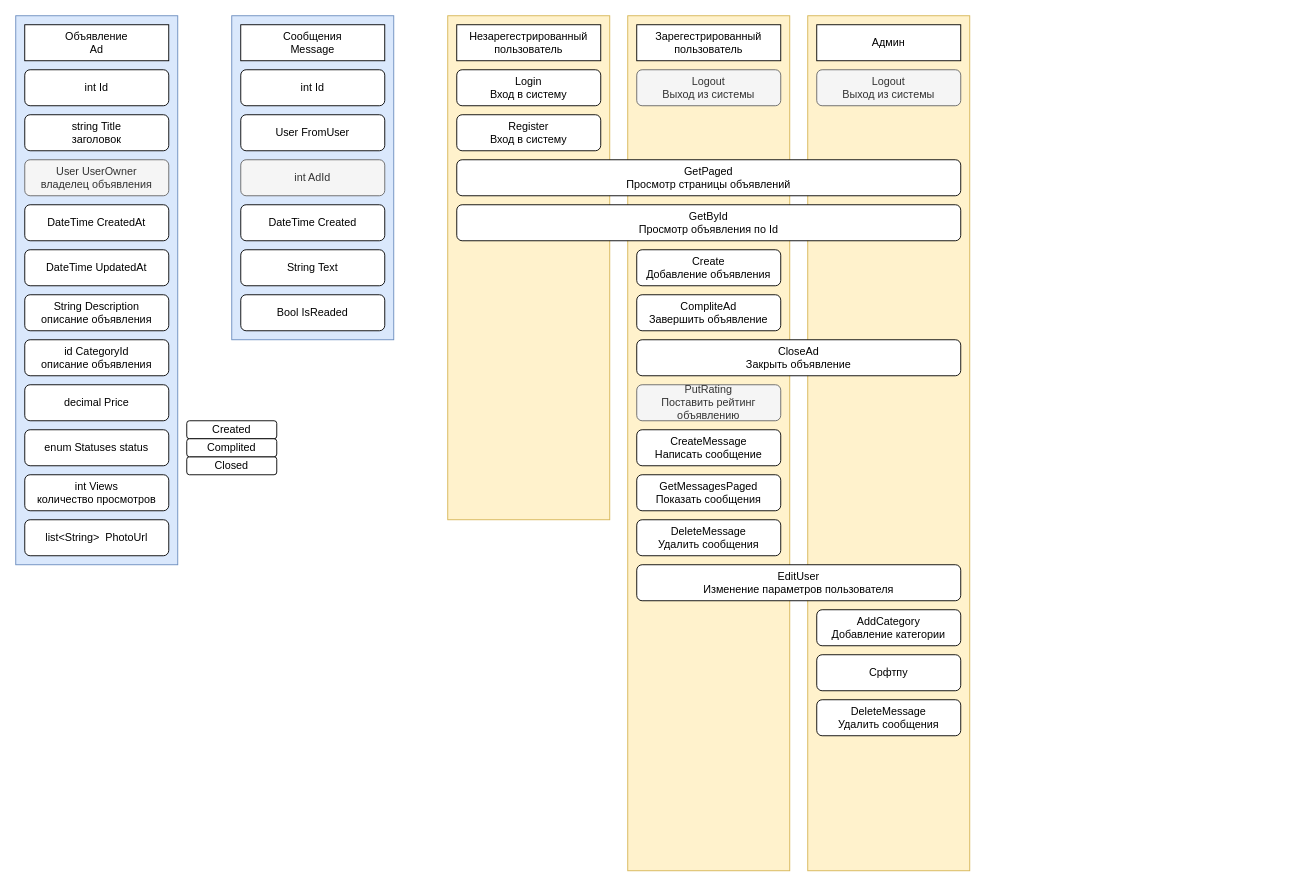
The draw.io diagram Copy of 1.drawio in Skribach/SolarLabProj, before the edit. Source tidied: cells renumbered, new cells numbered last; positions are measured from the earlier drawing's top-left corner, leaving out a move shared by most shapes. Both pictures are drawn from the tidied source at 90%, with x=0, y=0 at pixel (15, 15).
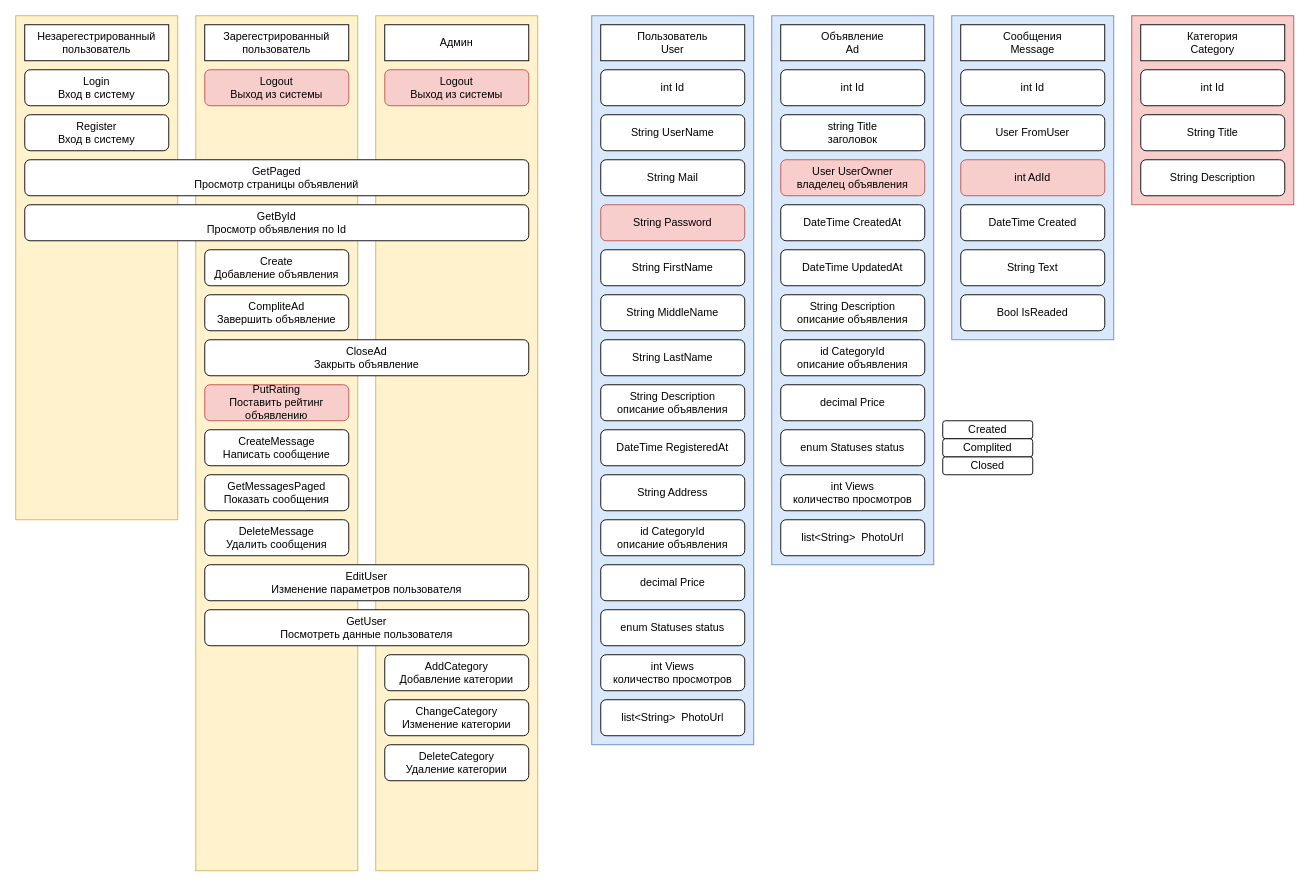
The same page after the edit.

Change to the diagram source:
```diff
@@
     <mxCell id="2" style="rounded=0;whiteSpace=wrap;html=1;fillColor=#fff2cc;strokeColor=#d6b656;" parent="1" vertex="1">
-      <mxGeometry x="880" width="180" height="950" as="geometry" />
+      <mxGeometry x="400" width="180" height="950" as="geometry" />
     </mxCell>
     <mxCell id="3" value="Админ" style="rounded=0;whiteSpace=wrap;html=1;" parent="1" vertex="1">
-      <mxGeometry x="890" y="10" width="160" height="40" as="geometry" />
+      <mxGeometry x="410" y="10" width="160" height="40" as="geometry" />
     </mxCell>
     <mxCell id="4" style="rounded=0;whiteSpace=wrap;html=1;fillColor=#fff2cc;strokeColor=#d6b656;" parent="1" vertex="1">
-      <mxGeometry x="680" width="180" height="950" as="geometry" />
+      <mxGeometry x="200" width="180" height="950" as="geometry" />
     </mxCell>
     <mxCell id="5" value="Зарегестрированный пользователь" style="rounded=0;whiteSpace=wrap;html=1;" parent="1" vertex="1">
-      <mxGeometry x="690" y="10" width="160" height="40" as="geometry" />
+      <mxGeometry x="210" y="10" width="160" height="40" as="geometry" />
     </mxCell>
     <mxCell id="6" style="rounded=0;whiteSpace=wrap;html=1;fillColor=#dae8fc;strokeColor=#6c8ebf;" parent="1" vertex="1">
-      <mxGeometry width="180" height="610" as="geometry" />
+      <mxGeometry x="840" width="180" height="610" as="geometry" />
     </mxCell>
     <mxCell id="7" value="Объявление&lt;br&gt;Ad" style="rounded=0;whiteSpace=wrap;html=1;" parent="1" vertex="1">
-      <mxGeometry x="10" y="10" width="160" height="40" as="geometry" />
+      <mxGeometry x="850" y="10" width="160" height="40" as="geometry" />
     </mxCell>
     <mxCell id="8" value="int Id" style="rounded=1;whiteSpace=wrap;html=1;" parent="1" vertex="1">
-      <mxGeometry x="10" y="60" width="160" height="40" as="geometry" />
+      <mxGeometry x="850" y="60" width="160" height="40" as="geometry" />
     </mxCell>
     <mxCell id="9" value="string Title&lt;br&gt;заголовок" style="rounded=1;whiteSpace=wrap;html=1;" parent="1" vertex="1">
-      <mxGeometry x="10" y="110" width="160" height="40" as="geometry" />
+      <mxGeometry x="850" y="110" width="160" height="40" as="geometry" />
     </mxCell>
-    <mxCell id="10" value="User UserOwner&lt;br&gt;владелец объявления" style="rounded=1;whiteSpace=wrap;html=1;fillColor=#f5f5f5;strokeColor=#666666;fontColor=#333333;" parent="1" vertex="1">
-      <mxGeometry x="10" y="160" width="160" height="40" as="geometry" />
+    <mxCell id="10" value="User UserOwner&lt;br&gt;владелец объявления" style="rounded=1;whiteSpace=wrap;html=1;fillColor=#f8cecc;strokeColor=#b85450;" parent="1" vertex="1">
+      <mxGeometry x="850" y="160" width="160" height="40" as="geometry" />
     </mxCell>
     <mxCell id="11" value="DateTime CreatedAt" style="rounded=1;whiteSpace=wrap;html=1;" parent="1" vertex="1">
-      <mxGeometry x="10" y="210" width="160" height="40" as="geometry" />
+      <mxGeometry x="850" y="210" width="160" height="40" as="geometry" />
     </mxCell>
     <mxCell id="12" value="DateTime UpdatedAt" style="rounded=1;whiteSpace=wrap;html=1;" parent="1" vertex="1">
-      <mxGeometry x="10" y="260" width="160" height="40" as="geometry" />
+      <mxGeometry x="850" y="260" width="160" height="40" as="geometry" />
     </mxCell>
     <mxCell id="13" value="String Description&lt;br&gt;описание объявления" style="rounded=1;whiteSpace=wrap;html=1;" parent="1" vertex="1">
-      <mxGeometry x="10" y="310" width="160" height="40" as="geometry" />
+      <mxGeometry x="850" y="310" width="160" height="40" as="geometry" />
     </mxCell>
     <mxCell id="14" value="id CategoryId&lt;br&gt;описание объявления" style="rounded=1;whiteSpace=wrap;html=1;" parent="1" vertex="1">
-      <mxGeometry x="10" y="360" width="160" height="40" as="geometry" />
+      <mxGeometry x="850" y="360" width="160" height="40" as="geometry" />
     </mxCell>
     <mxCell id="15" value="decimal Price" style="rounded=1;whiteSpace=wrap;html=1;" parent="1" vertex="1">
-      <mxGeometry x="10" y="410" width="160" height="40" as="geometry" />
+      <mxGeometry x="850" y="410" width="160" height="40" as="geometry" />
     </mxCell>
     <mxCell id="16" value="enum Statuses status" style="rounded=1;whiteSpace=wrap;html=1;" parent="1" vertex="1">
-      <mxGeometry x="10" y="460" width="160" height="40" as="geometry" />
+      <mxGeometry x="850" y="460" width="160" height="40" as="geometry" />
     </mxCell>
     <mxCell id="17" value="int Views&lt;br&gt;количество просмотров" style="rounded=1;whiteSpace=wrap;html=1;" parent="1" vertex="1">
-      <mxGeometry x="10" y="510" width="160" height="40" as="geometry" />
+      <mxGeometry x="850" y="510" width="160" height="40" as="geometry" />
     </mxCell>
     <mxCell id="18" value="list&amp;lt;String&amp;gt;&amp;nbsp; PhotoUrl" style="rounded=1;whiteSpace=wrap;html=1;" parent="1" vertex="1">
-      <mxGeometry x="10" y="560" width="160" height="40" as="geometry" />
+      <mxGeometry x="850" y="560" width="160" height="40" as="geometry" />
     </mxCell>
     <mxCell id="19" value="Created" style="rounded=1;whiteSpace=wrap;html=1;" parent="1" vertex="1">
-      <mxGeometry x="190" y="450" width="100" height="20" as="geometry" />
+      <mxGeometry x="1030" y="450" width="100" height="20" as="geometry" />
     </mxCell>
     <mxCell id="20" value="Closed" style="rounded=1;whiteSpace=wrap;html=1;" parent="1" vertex="1">
-      <mxGeometry x="190" y="490" width="100" height="20" as="geometry" />
+      <mxGeometry x="1030" y="490" width="100" height="20" as="geometry" />
     </mxCell>
     <mxCell id="21" value="Complited" style="rounded=1;whiteSpace=wrap;html=1;" parent="1" vertex="1">
-      <mxGeometry x="190" y="470" width="100" height="20" as="geometry" />
+      <mxGeometry x="1030" y="470" width="100" height="20" as="geometry" />
     </mxCell>
     <mxCell id="22" style="rounded=0;whiteSpace=wrap;html=1;fillColor=#dae8fc;strokeColor=#6c8ebf;" parent="1" vertex="1">
-      <mxGeometry x="240" width="180" height="360" as="geometry" />
+      <mxGeometry x="1040" width="180" height="360" as="geometry" />
     </mxCell>
     <mxCell id="23" value="Сообщения&lt;br&gt;Message" style="rounded=0;whiteSpace=wrap;html=1;" parent="1" vertex="1">
-      <mxGeometry x="250" y="10" width="160" height="40" as="geometry" />
+      <mxGeometry x="1050" y="10" width="160" height="40" as="geometry" />
     </mxCell>
     <mxCell id="24" value="int Id" style="rounded=1;whiteSpace=wrap;html=1;" parent="1" vertex="1">
-      <mxGeometry x="250" y="60" width="160" height="40" as="geometry" />
+      <mxGeometry x="1050" y="60" width="160" height="40" as="geometry" />
     </mxCell>
     <mxCell id="25" value="User FromUser" style="rounded=1;whiteSpace=wrap;html=1;" parent="1" vertex="1">
-      <mxGeometry x="250" y="110" width="160" height="40" as="geometry" />
+      <mxGeometry x="1050" y="110" width="160" height="40" as="geometry" />
     </mxCell>
-    <mxCell id="26" value="int AdId" style="rounded=1;whiteSpace=wrap;html=1;fillColor=#f5f5f5;strokeColor=#666666;fontColor=#333333;" parent="1" vertex="1">
-      <mxGeometry x="250" y="160" width="160" height="40" as="geometry" />
+    <mxCell id="26" value="int AdId" style="rounded=1;whiteSpace=wrap;html=1;fillColor=#f8cecc;strokeColor=#b85450;" parent="1" vertex="1">
+      <mxGeometry x="1050" y="160" width="160" height="40" as="geometry" />
     </mxCell>
     <mxCell id="27" value="DateTime Created" style="rounded=1;whiteSpace=wrap;html=1;" parent="1" vertex="1">
-      <mxGeometry x="250" y="210" width="160" height="40" as="geometry" />
+      <mxGeometry x="1050" y="210" width="160" height="40" as="geometry" />
     </mxCell>
     <mxCell id="28" value="String Text" style="rounded=1;whiteSpace=wrap;html=1;" parent="1" vertex="1">
-      <mxGeometry x="250" y="260" width="160" height="40" as="geometry" />
+      <mxGeometry x="1050" y="260" width="160" height="40" as="geometry" />
     </mxCell>
     <mxCell id="29" value="Bool IsReaded" style="rounded=1;whiteSpace=wrap;html=1;" parent="1" vertex="1">
-      <mxGeometry x="250" y="310" width="160" height="40" as="geometry" />
+      <mxGeometry x="1050" y="310" width="160" height="40" as="geometry" />
     </mxCell>
     <mxCell id="30" style="rounded=0;whiteSpace=wrap;html=1;fillColor=#fff2cc;strokeColor=#d6b656;" parent="1" vertex="1">
-      <mxGeometry x="480" width="180" height="560" as="geometry" />
+      <mxGeometry width="180" height="560" as="geometry" />
     </mxCell>
     <mxCell id="31" value="Login&lt;br&gt;Вход в систему" style="rounded=1;whiteSpace=wrap;html=1;" parent="1" vertex="1">
-      <mxGeometry x="490" y="60" width="160" height="40" as="geometry" />
+      <mxGeometry x="10" y="60" width="160" height="40" as="geometry" />
     </mxCell>
     <mxCell id="32" value="Register&lt;br&gt;Вход в систему" style="rounded=1;whiteSpace=wrap;html=1;" parent="1" vertex="1">
-      <mxGeometry x="490" y="110" width="160" height="40" as="geometry" />
+      <mxGeometry x="10" y="110" width="160" height="40" as="geometry" />
     </mxCell>
     <mxCell id="33" value="Незарегестрированный пользователь" style="rounded=0;whiteSpace=wrap;html=1;" parent="1" vertex="1">
-      <mxGeometry x="490" y="10" width="160" height="40" as="geometry" />
+      <mxGeometry x="10" y="10" width="160" height="40" as="geometry" />
     </mxCell>
     <mxCell id="34" value="GetPaged&lt;br&gt;Просмотр страницы объявлений" style="rounded=1;whiteSpace=wrap;html=1;" parent="1" vertex="1">
-      <mxGeometry x="490" y="160" width="560" height="40" as="geometry" />
+      <mxGeometry x="10" y="160" width="560" height="40" as="geometry" />
     </mxCell>
     <mxCell id="35" value="GetById&lt;br&gt;Просмотр объявления по Id" style="rounded=1;whiteSpace=wrap;html=1;" parent="1" vertex="1">
-      <mxGeometry x="490" y="210" width="560" height="40" as="geometry" />
+      <mxGeometry x="10" y="210" width="560" height="40" as="geometry" />
     </mxCell>
     <mxCell id="36" value="Create&lt;br&gt;Добавление объявления" style="rounded=1;whiteSpace=wrap;html=1;" parent="1" vertex="1">
-      <mxGeometry x="690" y="260" width="160" height="40" as="geometry" />
+      <mxGeometry x="210" y="260" width="160" height="40" as="geometry" />
     </mxCell>
     <mxCell id="37" value="CompliteAd&lt;br&gt;Завершить объявление" style="rounded=1;whiteSpace=wrap;html=1;" parent="1" vertex="1">
-      <mxGeometry x="690" y="310" width="160" height="40" as="geometry" />
+      <mxGeometry x="210" y="310" width="160" height="40" as="geometry" />
     </mxCell>
-    <mxCell id="38" value="Logout&lt;br&gt;Выход из системы" style="rounded=1;whiteSpace=wrap;html=1;fillColor=#f5f5f5;strokeColor=#666666;fontColor=#333333;" parent="1" vertex="1">
-      <mxGeometry x="690" y="60" width="160" height="40" as="geometry" />
+    <mxCell id="38" value="Logout&lt;br&gt;Выход из системы" style="rounded=1;whiteSpace=wrap;html=1;fillColor=#f8cecc;strokeColor=#b85450;" parent="1" vertex="1">
+      <mxGeometry x="210" y="60" width="160" height="40" as="geometry" />
     </mxCell>
     <mxCell id="39" value="CloseAd&lt;br&gt;Закрыть объявление" style="rounded=1;whiteSpace=wrap;html=1;" parent="1" vertex="1">
-      <mxGeometry x="690" y="360" width="360" height="40" as="geometry" />
+      <mxGeometry x="210" y="360" width="360" height="40" as="geometry" />
     </mxCell>
-    <mxCell id="40" value="PutRating&lt;br&gt;Поставить рейтинг объявлению" style="rounded=1;whiteSpace=wrap;html=1;fillColor=#f5f5f5;strokeColor=#666666;fontColor=#333333;" parent="1" vertex="1">
-      <mxGeometry x="690" y="410" width="160" height="40" as="geometry" />
+    <mxCell id="40" value="PutRating&lt;br&gt;Поставить рейтинг объявлению" style="rounded=1;whiteSpace=wrap;html=1;fillColor=#f8cecc;strokeColor=#b85450;" parent="1" vertex="1">
+      <mxGeometry x="210" y="410" width="160" height="40" as="geometry" />
     </mxCell>
     <mxCell id="41" value="GetMessagesPaged&lt;br&gt;Показать сообщения" style="rounded=1;whiteSpace=wrap;html=1;" parent="1" vertex="1">
-      <mxGeometry x="690" y="510" width="160" height="40" as="geometry" />
+      <mxGeometry x="210" y="510" width="160" height="40" as="geometry" />
     </mxCell>
     <mxCell id="42" value="CreateMessage&lt;br&gt;Написать сообщение" style="rounded=1;whiteSpace=wrap;html=1;" parent="1" vertex="1">
-      <mxGeometry x="690" y="460" width="160" height="40" as="geometry" />
+      <mxGeometry x="210" y="460" width="160" height="40" as="geometry" />
     </mxCell>
     <mxCell id="43" value="DeleteMessage&lt;br&gt;Удалить сообщения" style="rounded=1;whiteSpace=wrap;html=1;" parent="1" vertex="1">
-      <mxGeometry x="690" y="560" width="160" height="40" as="geometry" />
+      <mxGeometry x="210" y="560" width="160" height="40" as="geometry" />
     </mxCell>
-    <mxCell id="44" value="Logout&lt;br&gt;Выход из системы" style="rounded=1;whiteSpace=wrap;html=1;fillColor=#f5f5f5;strokeColor=#666666;fontColor=#333333;" parent="1" vertex="1">
-      <mxGeometry x="890" y="60" width="160" height="40" as="geometry" />
+    <mxCell id="44" value="Logout&lt;br&gt;Выход из системы" style="rounded=1;whiteSpace=wrap;html=1;fillColor=#f8cecc;strokeColor=#b85450;" parent="1" vertex="1">
+      <mxGeometry x="410" y="60" width="160" height="40" as="geometry" />
     </mxCell>
     <mxCell id="45" value="EditUser&lt;br&gt;Изменение параметров пользователя" style="rounded=1;whiteSpace=wrap;html=1;" parent="1" vertex="1">
-      <mxGeometry x="690" y="610" width="360" height="40" as="geometry" />
+      <mxGeometry x="210" y="610" width="360" height="40" as="geometry" />
     </mxCell>
-    <mxCell id="46" value="Срфтпу" style="rounded=1;whiteSpace=wrap;html=1;" parent="1" vertex="1">
-      <mxGeometry x="890" y="710" width="160" height="40" as="geometry" />
+    <mxCell id="46" value="ChangeCategory&lt;br&gt;Изменение категории" style="rounded=1;whiteSpace=wrap;html=1;" parent="1" vertex="1">
+      <mxGeometry x="410" y="760" width="160" height="40" as="geometry" />
     </mxCell>
     <mxCell id="47" value="AddCategory&lt;br&gt;Добавление категории" style="rounded=1;whiteSpace=wrap;html=1;" parent="1" vertex="1">
-      <mxGeometry x="890" y="660" width="160" height="40" as="geometry" />
+      <mxGeometry x="410" y="710" width="160" height="40" as="geometry" />
     </mxCell>
-    <mxCell id="48" value="DeleteMessage&lt;br&gt;Удалить сообщения" style="rounded=1;whiteSpace=wrap;html=1;" parent="1" vertex="1">
-      <mxGeometry x="890" y="760" width="160" height="40" as="geometry" />
+    <mxCell id="48" value="DeleteCategory&lt;br&gt;Удаление категории" style="rounded=1;whiteSpace=wrap;html=1;" parent="1" vertex="1">
+      <mxGeometry x="410" y="810" width="160" height="40" as="geometry" />
     </mxCell>
+    <mxCell id="49" value="GetUser&lt;br&gt;Посмотреть данные пользователя" style="rounded=1;whiteSpace=wrap;html=1;" parent="1" vertex="1">
+      <mxGeometry x="210" y="660" width="360" height="40" as="geometry" />
+    </mxCell>
+    <mxCell id="50" style="rounded=0;whiteSpace=wrap;html=1;fillColor=#f8cecc;strokeColor=#b85450;" parent="1" vertex="1">
+      <mxGeometry x="1240" width="180" height="210" as="geometry" />
+    </mxCell>
+    <mxCell id="51" value="Категория&lt;br&gt;Category" style="rounded=0;whiteSpace=wrap;html=1;" parent="1" vertex="1">
+      <mxGeometry x="1250" y="10" width="160" height="40" as="geometry" />
+    </mxCell>
+    <mxCell id="52" value="int Id" style="rounded=1;whiteSpace=wrap;html=1;" parent="1" vertex="1">
+      <mxGeometry x="1250" y="60" width="160" height="40" as="geometry" />
+    </mxCell>
+    <mxCell id="53" value="String Title" style="rounded=1;whiteSpace=wrap;html=1;" parent="1" vertex="1">
+      <mxGeometry x="1250" y="110" width="160" height="40" as="geometry" />
+    </mxCell>
+    <mxCell id="54" value="String Description" style="rounded=1;whiteSpace=wrap;html=1;" parent="1" vertex="1">
+      <mxGeometry x="1250" y="160" width="160" height="40" as="geometry" />
+    </mxCell>
+    <mxCell id="55" style="rounded=0;whiteSpace=wrap;html=1;fillColor=#dae8fc;strokeColor=#6c8ebf;" parent="1" vertex="1">
+      <mxGeometry x="640" width="180" height="810" as="geometry" />
+    </mxCell>
+    <mxCell id="56" value="Пользователь&lt;br&gt;User" style="rounded=0;whiteSpace=wrap;html=1;" parent="1" vertex="1">
+      <mxGeometry x="650" y="10" width="160" height="40" as="geometry" />
+    </mxCell>
+    <mxCell id="57" value="int Id" style="rounded=1;whiteSpace=wrap;html=1;" parent="1" vertex="1">
+      <mxGeometry x="650" y="60" width="160" height="40" as="geometry" />
+    </mxCell>
+    <mxCell id="58" value="String UserName" style="rounded=1;whiteSpace=wrap;html=1;" parent="1" vertex="1">
+      <mxGeometry x="650" y="110" width="160" height="40" as="geometry" />
+    </mxCell>
+    <mxCell id="59" value="String Password" style="rounded=1;whiteSpace=wrap;html=1;fillColor=#f8cecc;strokeColor=#b85450;" parent="1" vertex="1">
+      <mxGeometry x="650" y="210" width="160" height="40" as="geometry" />
+    </mxCell>
+    <mxCell id="60" value="String Mail" style="rounded=1;whiteSpace=wrap;html=1;" parent="1" vertex="1">
+      <mxGeometry x="650" y="160" width="160" height="40" as="geometry" />
+    </mxCell>
+    <mxCell id="61" value="DateTime RegisteredAt" style="rounded=1;whiteSpace=wrap;html=1;" parent="1" vertex="1">
+      <mxGeometry x="650" y="460" width="160" height="40" as="geometry" />
+    </mxCell>
+    <mxCell id="62" value="String Description&lt;br&gt;описание объявления" style="rounded=1;whiteSpace=wrap;html=1;" parent="1" vertex="1">
+      <mxGeometry x="650" y="410" width="160" height="40" as="geometry" />
+    </mxCell>
+    <mxCell id="63" value="id CategoryId&lt;br&gt;описание объявления" style="rounded=1;whiteSpace=wrap;html=1;" parent="1" vertex="1">
+      <mxGeometry x="650" y="560" width="160" height="40" as="geometry" />
+    </mxCell>
+    <mxCell id="64" value="decimal Price" style="rounded=1;whiteSpace=wrap;html=1;" parent="1" vertex="1">
+      <mxGeometry x="650" y="610" width="160" height="40" as="geometry" />
+    </mxCell>
+    <mxCell id="65" value="enum Statuses status" style="rounded=1;whiteSpace=wrap;html=1;" parent="1" vertex="1">
+      <mxGeometry x="650" y="660" width="160" height="40" as="geometry" />
+    </mxCell>
+    <mxCell id="66" value="int Views&lt;br&gt;количество просмотров" style="rounded=1;whiteSpace=wrap;html=1;" parent="1" vertex="1">
+      <mxGeometry x="650" y="710" width="160" height="40" as="geometry" />
+    </mxCell>
+    <mxCell id="67" value="list&amp;lt;String&amp;gt;&amp;nbsp; PhotoUrl" style="rounded=1;whiteSpace=wrap;html=1;" parent="1" vertex="1">
+      <mxGeometry x="650" y="760" width="160" height="40" as="geometry" />
+    </mxCell>
+    <mxCell id="68" value="String FirstName" style="rounded=1;whiteSpace=wrap;html=1;" parent="1" vertex="1">
+      <mxGeometry x="650" y="260" width="160" height="40" as="geometry" />
+    </mxCell>
+    <mxCell id="69" value="String MiddleName" style="rounded=1;whiteSpace=wrap;html=1;" parent="1" vertex="1">
+      <mxGeometry x="650" y="310" width="160" height="40" as="geometry" />
+    </mxCell>
+    <mxCell id="70" value="String LastName" style="rounded=1;whiteSpace=wrap;html=1;" parent="1" vertex="1">
+      <mxGeometry x="650" y="360" width="160" height="40" as="geometry" />
+    </mxCell>
+    <mxCell id="71" value="String Address" style="rounded=1;whiteSpace=wrap;html=1;" parent="1" vertex="1">
+      <mxGeometry x="650" y="510" width="160" height="40" as="geometry" />
+    </mxCell>
```
